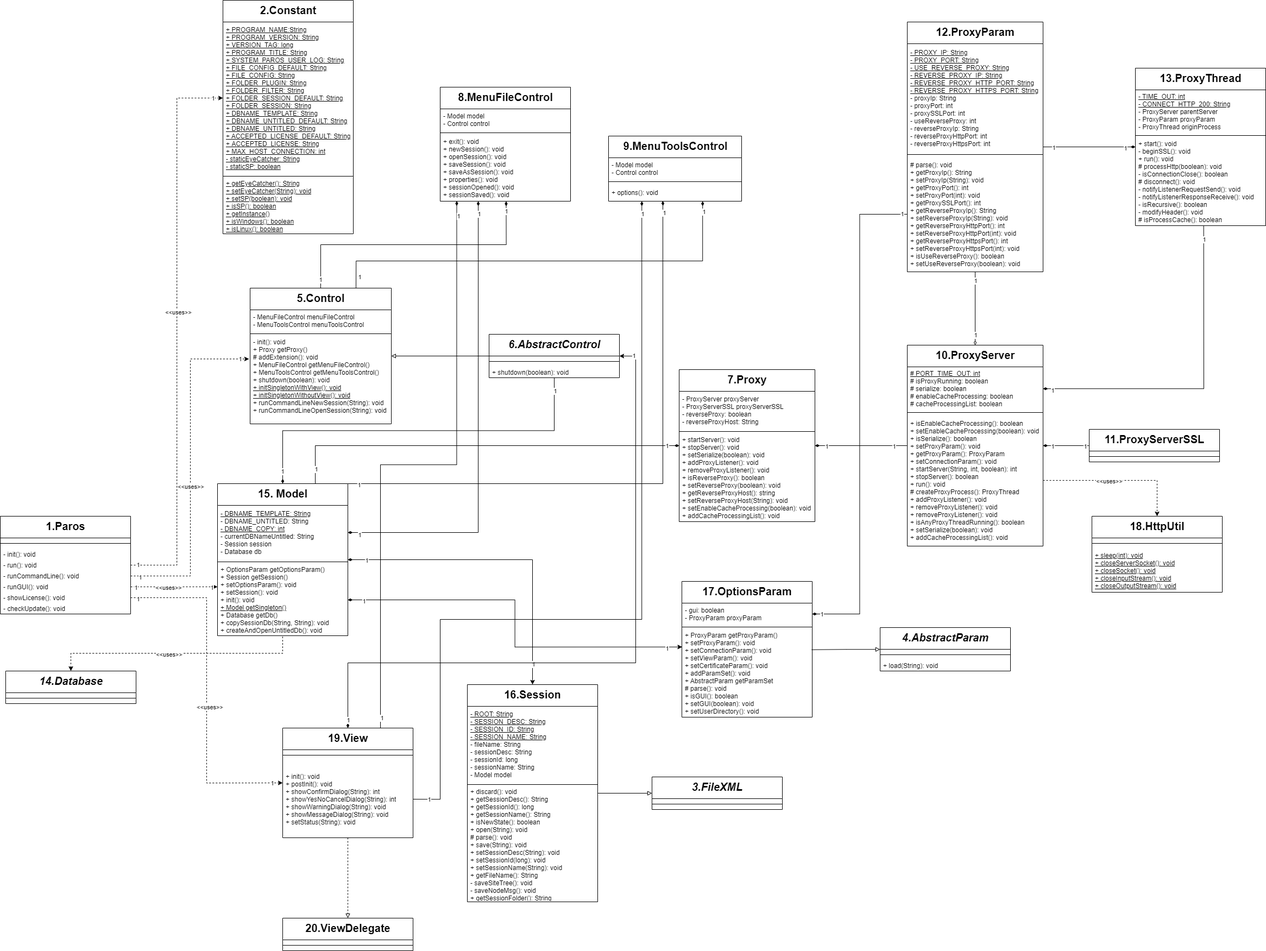
phlpat/Lab5_SAD keeps this draw.io diagram as Paros.drawio.png. Above is the earlier version. Source tidied: cells renumbered, new cells last; positions are measured from the earlier drawing's top-left corner, leaving out a move shared by most shapes.
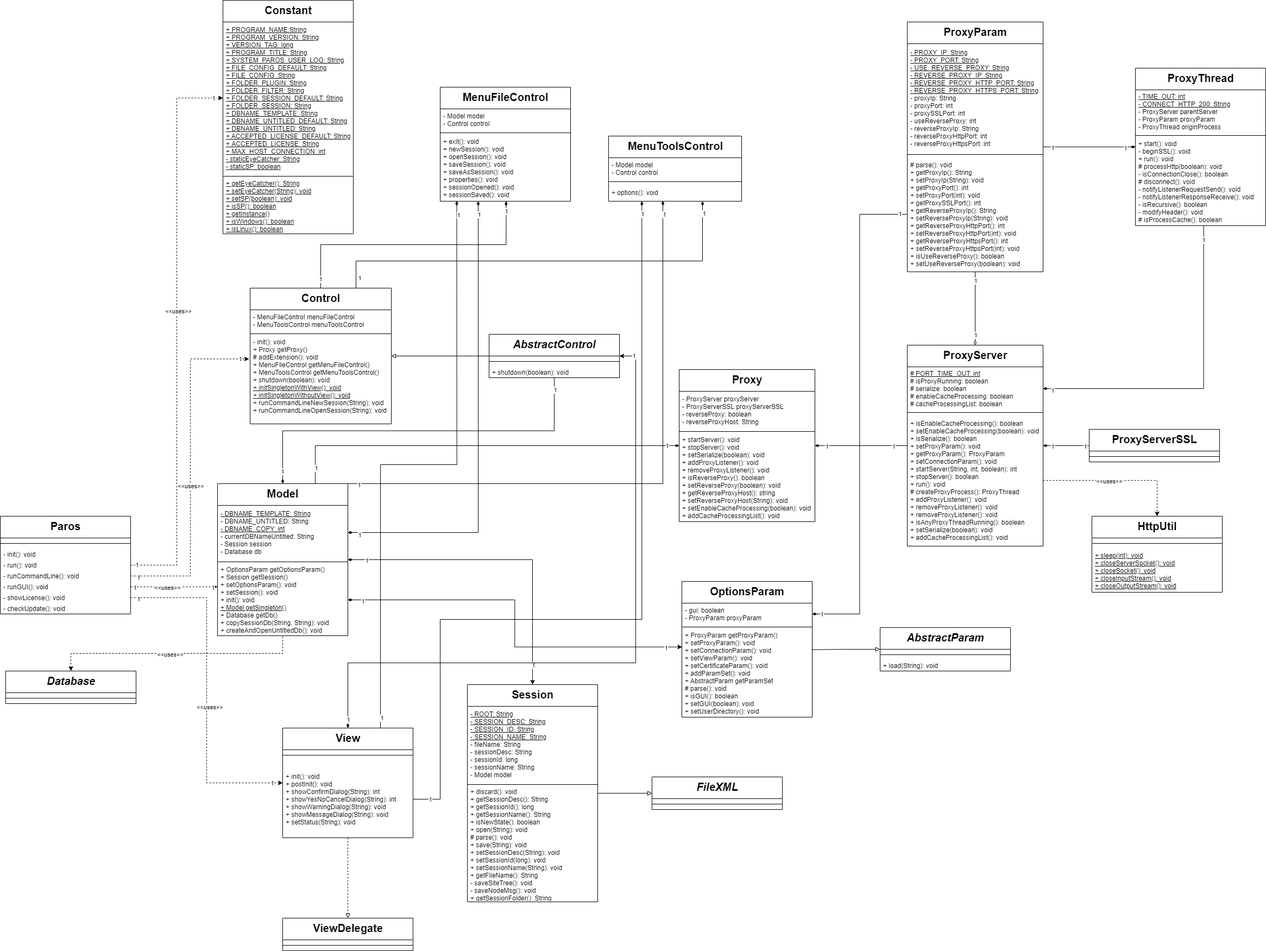
The same file after the commit.

The edit, as a diff of the source:
```diff
@@ -4,3 +4,3 @@
     <mxCell id="1" parent="0" />
-    <mxCell id="2" value="&lt;b&gt;&lt;font style=&quot;font-size: 20px&quot;&gt;1.Paros&lt;/font&gt;&lt;/b&gt;" style="swimlane;fontStyle=0;align=center;verticalAlign=top;horizontal=1;startSize=40;html=1;" parent="1" vertex="1">
+    <mxCell id="2" value="&lt;b&gt;&lt;font style=&quot;font-size: 20px&quot;&gt;Paros&lt;/font&gt;&lt;/b&gt;" style="swimlane;fontStyle=0;align=center;verticalAlign=top;horizontal=1;startSize=40;html=1;" parent="1" vertex="1">
       <mxGeometry y="950" width="240" height="180" as="geometry" />
@@ -28,3 +28,3 @@
     </mxCell>
-    <mxCell id="10" value="&lt;b&gt;&lt;font style=&quot;font-size: 20px&quot;&gt;2.Constant&lt;/font&gt;&lt;/b&gt;" style="swimlane;fontStyle=0;align=center;verticalAlign=top;horizontal=1;startSize=40;html=1;" parent="1" vertex="1">
+    <mxCell id="10" value="&lt;b&gt;&lt;font style=&quot;font-size: 20px&quot;&gt;Constant&lt;/font&gt;&lt;/b&gt;" style="swimlane;fontStyle=0;align=center;verticalAlign=top;horizontal=1;startSize=40;html=1;" parent="1" vertex="1">
       <mxGeometry x="410" width="240" height="430" as="geometry" />
@@ -40,3 +40,3 @@
     </mxCell>
-    <mxCell id="14" value="&lt;b&gt;&lt;font style=&quot;font-size: 20px&quot;&gt;&lt;i&gt;3.FileXML&lt;/i&gt;&lt;/font&gt;&lt;/b&gt;" style="swimlane;fontStyle=0;align=center;verticalAlign=top;horizontal=1;startSize=40;html=1;" parent="1" vertex="1">
+    <mxCell id="14" value="&lt;b&gt;&lt;font style=&quot;font-size: 20px&quot;&gt;&lt;i&gt;FileXML&lt;/i&gt;&lt;/font&gt;&lt;/b&gt;" style="swimlane;fontStyle=0;align=center;verticalAlign=top;horizontal=1;startSize=40;html=1;" parent="1" vertex="1">
       <mxGeometry x="1200" y="1430" width="240" height="60" as="geometry" />
@@ -55,3 +55,3 @@
     </mxCell>
-    <mxCell id="19" value="&lt;b&gt;&lt;font style=&quot;font-size: 20px&quot;&gt;7.Proxy&lt;/font&gt;&lt;/b&gt;" style="swimlane;fontStyle=0;align=center;verticalAlign=top;horizontal=1;startSize=40;html=1;" parent="1" vertex="1">
+    <mxCell id="19" value="&lt;b&gt;&lt;font style=&quot;font-size: 20px&quot;&gt;Proxy&lt;/font&gt;&lt;/b&gt;" style="swimlane;fontStyle=0;align=center;verticalAlign=top;horizontal=1;startSize=40;html=1;" parent="1" vertex="1">
       <mxGeometry x="1250" y="680" width="250" height="280" as="geometry" />
@@ -85,3 +85,3 @@
     </mxCell>
-    <mxCell id="29" value="&lt;b&gt;&lt;font style=&quot;font-size: 20px&quot;&gt;10.ProxyServer&lt;/font&gt;&lt;/b&gt;" style="swimlane;fontStyle=0;align=center;verticalAlign=top;horizontal=1;startSize=40;html=1;" parent="1" vertex="1">
+    <mxCell id="29" value="&lt;b&gt;&lt;font style=&quot;font-size: 20px&quot;&gt;ProxyServer&lt;/font&gt;&lt;/b&gt;" style="swimlane;fontStyle=0;align=center;verticalAlign=top;horizontal=1;startSize=40;html=1;" parent="1" vertex="1">
       <mxGeometry x="1670" y="635" width="250" height="370" as="geometry" />
@@ -97,3 +97,3 @@
     </mxCell>
-    <mxCell id="33" value="&lt;b&gt;&lt;font style=&quot;font-size: 20px&quot;&gt;11.&lt;/font&gt;&lt;/b&gt;&lt;span style=&quot;font-size: 20px&quot;&gt;&lt;b&gt;ProxyServerSSL&lt;/b&gt;&lt;/span&gt;" style="swimlane;fontStyle=0;align=center;verticalAlign=top;horizontal=1;startSize=40;html=1;" parent="1" vertex="1">
+    <mxCell id="33" value="&lt;span style=&quot;font-size: 20px&quot;&gt;&lt;b&gt;ProxyServerSSL&lt;/b&gt;&lt;/span&gt;" style="swimlane;fontStyle=0;align=center;verticalAlign=top;horizontal=1;startSize=40;html=1;" parent="1" vertex="1">
       <mxGeometry x="2005" y="790" width="240" height="60" as="geometry" />
@@ -103,3 +103,3 @@
     </mxCell>
-    <mxCell id="35" value="&lt;b&gt;&lt;font style=&quot;font-size: 20px&quot;&gt;12.&lt;/font&gt;&lt;/b&gt;&lt;span style=&quot;font-size: 20px&quot;&gt;&lt;b&gt;ProxyParam&lt;/b&gt;&lt;/span&gt;" style="swimlane;fontStyle=0;align=center;verticalAlign=top;horizontal=1;startSize=40;html=1;" parent="1" vertex="1">
+    <mxCell id="35" value="&lt;span style=&quot;font-size: 20px&quot;&gt;&lt;b&gt;ProxyParam&lt;/b&gt;&lt;/span&gt;" style="swimlane;fontStyle=0;align=center;verticalAlign=top;horizontal=1;startSize=40;html=1;" parent="1" vertex="1">
       <mxGeometry x="1670" y="40" width="250" height="460" as="geometry" />
@@ -124,3 +124,3 @@
     </mxCell>
-    <mxCell id="42" value="&lt;span style=&quot;font-size: 20px&quot;&gt;&lt;b&gt;13.ProxyThread&lt;/b&gt;&lt;/span&gt;" style="swimlane;fontStyle=0;align=center;verticalAlign=top;horizontal=1;startSize=40;html=1;" parent="1" vertex="1">
+    <mxCell id="42" value="&lt;span style=&quot;font-size: 20px&quot;&gt;&lt;b&gt;ProxyThread&lt;/b&gt;&lt;/span&gt;" style="swimlane;fontStyle=0;align=center;verticalAlign=top;horizontal=1;startSize=40;html=1;" parent="1" vertex="1">
       <mxGeometry x="2090" y="125" width="240" height="290" as="geometry" />
@@ -142,3 +142,3 @@
     </mxCell>
-    <mxCell id="48" value="&lt;b&gt;&lt;font style=&quot;font-size: 20px&quot;&gt;&lt;i&gt;14.Database&lt;/i&gt;&lt;/font&gt;&lt;/b&gt;" style="swimlane;fontStyle=0;align=center;verticalAlign=top;horizontal=1;startSize=40;html=1;" parent="1" vertex="1">
+    <mxCell id="48" value="&lt;b&gt;&lt;font style=&quot;font-size: 20px&quot;&gt;&lt;i&gt;Database&lt;/i&gt;&lt;/font&gt;&lt;/b&gt;" style="swimlane;fontStyle=0;align=center;verticalAlign=top;horizontal=1;startSize=40;html=1;" parent="1" vertex="1">
       <mxGeometry x="10" y="1235" width="240" height="60" as="geometry" />
@@ -195,3 +195,3 @@
     </mxCell>
-    <mxCell id="62" value="&lt;span style=&quot;font-size: 20px&quot;&gt;&lt;b&gt;15. Model&lt;/b&gt;&lt;/span&gt;" style="swimlane;fontStyle=0;align=center;verticalAlign=top;horizontal=1;startSize=40;html=1;" parent="1" vertex="1">
+    <mxCell id="62" value="&lt;span style=&quot;font-size: 20px&quot;&gt;&lt;b&gt;Model&lt;/b&gt;&lt;/span&gt;" style="swimlane;fontStyle=0;align=center;verticalAlign=top;horizontal=1;startSize=40;html=1;" parent="1" vertex="1">
       <mxGeometry x="400" y="890" width="240" height="280" as="geometry" />
@@ -210,3 +210,3 @@
     </mxCell>
-    <mxCell id="67" value="&lt;span style=&quot;font-size: 20px&quot;&gt;&lt;b&gt;16.Session&lt;/b&gt;&lt;/span&gt;" style="swimlane;fontStyle=0;align=center;verticalAlign=top;horizontal=1;startSize=40;html=1;" parent="1" vertex="1">
+    <mxCell id="67" value="&lt;span style=&quot;font-size: 20px&quot;&gt;&lt;b&gt;Session&lt;/b&gt;&lt;/span&gt;" style="swimlane;fontStyle=0;align=center;verticalAlign=top;horizontal=1;startSize=40;html=1;" parent="1" vertex="1">
       <mxGeometry x="860" y="1260" width="240" height="400" as="geometry" />
@@ -222,3 +222,3 @@
     </mxCell>
-    <mxCell id="71" value="&lt;span style=&quot;font-size: 20px&quot;&gt;&lt;b&gt;17.OptionsParam&lt;/b&gt;&lt;/span&gt;" style="swimlane;fontStyle=0;align=center;verticalAlign=top;horizontal=1;startSize=40;html=1;" parent="1" vertex="1">
+    <mxCell id="71" value="&lt;span style=&quot;font-size: 20px&quot;&gt;&lt;b&gt;OptionsParam&lt;/b&gt;&lt;/span&gt;" style="swimlane;fontStyle=0;align=center;verticalAlign=top;horizontal=1;startSize=40;html=1;" parent="1" vertex="1">
       <mxGeometry x="1255" y="1070" width="240" height="250" as="geometry" />
@@ -234,3 +234,3 @@
     </mxCell>
-    <mxCell id="75" value="&lt;span style=&quot;font-size: 20px&quot;&gt;&lt;b&gt;18.HttpUtil&lt;/b&gt;&lt;/span&gt;" style="swimlane;fontStyle=0;align=center;verticalAlign=top;horizontal=1;startSize=40;html=1;" parent="1" vertex="1">
+    <mxCell id="75" value="&lt;span style=&quot;font-size: 20px&quot;&gt;&lt;b&gt;HttpUtil&lt;/b&gt;&lt;/span&gt;" style="swimlane;fontStyle=0;align=center;verticalAlign=top;horizontal=1;startSize=40;html=1;" parent="1" vertex="1">
       <mxGeometry x="2010" y="950" width="240" height="140" as="geometry" />
@@ -287,3 +287,3 @@
     </mxCell>
-    <mxCell id="88" value="&lt;span style=&quot;font-size: 20px&quot;&gt;&lt;b&gt;19.View&lt;/b&gt;&lt;/span&gt;" style="swimlane;fontStyle=0;align=center;verticalAlign=top;horizontal=1;startSize=40;html=1;" parent="1" vertex="1">
+    <mxCell id="88" value="&lt;span style=&quot;font-size: 20px&quot;&gt;&lt;b&gt;View&lt;/b&gt;&lt;/span&gt;" style="swimlane;fontStyle=0;align=center;verticalAlign=top;horizontal=1;startSize=40;html=1;" parent="1" vertex="1">
       <mxGeometry x="520" y="1340" width="240" height="202" as="geometry" />
@@ -296,3 +296,3 @@
     </mxCell>
-    <mxCell id="91" value="&lt;span style=&quot;font-size: 20px&quot;&gt;&lt;b&gt;20.ViewDelegate&lt;/b&gt;&lt;/span&gt;" style="swimlane;fontStyle=0;align=center;verticalAlign=top;horizontal=1;startSize=40;html=1;" parent="1" vertex="1">
+    <mxCell id="91" value="&lt;span style=&quot;font-size: 20px&quot;&gt;&lt;b&gt;ViewDelegate&lt;/b&gt;&lt;/span&gt;" style="swimlane;fontStyle=0;align=center;verticalAlign=top;horizontal=1;startSize=40;html=1;" parent="1" vertex="1">
       <mxGeometry x="520" y="1690" width="240" height="60" as="geometry" />
@@ -305,3 +305,3 @@
     </mxCell>
-    <mxCell id="94" value="&lt;b&gt;&lt;font style=&quot;font-size: 20px&quot;&gt;&lt;i&gt;4.AbstractParam&lt;/i&gt;&lt;/font&gt;&lt;/b&gt;" style="swimlane;fontStyle=0;align=center;verticalAlign=top;horizontal=1;startSize=40;html=1;" parent="1" vertex="1">
+    <mxCell id="94" value="&lt;b&gt;&lt;font style=&quot;font-size: 20px&quot;&gt;&lt;i&gt;AbstractParam&lt;/i&gt;&lt;/font&gt;&lt;/b&gt;" style="swimlane;fontStyle=0;align=center;verticalAlign=top;horizontal=1;startSize=40;html=1;" parent="1" vertex="1">
       <mxGeometry x="1620" y="1155" width="240" height="80" as="geometry" />
@@ -317,3 +317,3 @@
     </mxCell>
-    <mxCell id="98" value="&lt;b&gt;&lt;font style=&quot;font-size: 20px&quot;&gt;&lt;i&gt;6.AbstractControl&lt;/i&gt;&lt;/font&gt;&lt;/b&gt;" style="swimlane;fontStyle=0;align=center;verticalAlign=top;horizontal=1;startSize=40;html=1;" parent="1" vertex="1">
+    <mxCell id="98" value="&lt;b&gt;&lt;font style=&quot;font-size: 20px&quot;&gt;&lt;i&gt;AbstractControl&lt;/i&gt;&lt;/font&gt;&lt;/b&gt;" style="swimlane;fontStyle=0;align=center;verticalAlign=top;horizontal=1;startSize=40;html=1;" parent="1" vertex="1">
       <mxGeometry x="900" y="615" width="240" height="80" as="geometry" />
@@ -369,3 +369,3 @@
     </mxCell>
-    <mxCell id="111" value="&lt;b&gt;&lt;font style=&quot;font-size: 20px&quot;&gt;5.Control&lt;/font&gt;&lt;/b&gt;" style="swimlane;fontStyle=0;align=center;verticalAlign=top;horizontal=1;startSize=40;html=1;" parent="1" vertex="1">
+    <mxCell id="111" value="&lt;b&gt;&lt;font style=&quot;font-size: 20px&quot;&gt;Control&lt;/font&gt;&lt;/b&gt;" style="swimlane;fontStyle=0;align=center;verticalAlign=top;horizontal=1;startSize=40;html=1;" parent="1" vertex="1">
       <mxGeometry x="460" y="530" width="260" height="250" as="geometry" />
@@ -381,3 +381,3 @@
     </mxCell>
-    <mxCell id="115" value="&lt;b&gt;&lt;font style=&quot;font-size: 20px&quot;&gt;8.MenuFileControl&lt;/font&gt;&lt;/b&gt;" style="swimlane;fontStyle=0;align=center;verticalAlign=top;horizontal=1;startSize=40;html=1;" parent="1" vertex="1">
+    <mxCell id="115" value="&lt;b&gt;&lt;font style=&quot;font-size: 20px&quot;&gt;MenuFileControl&lt;/font&gt;&lt;/b&gt;" style="swimlane;fontStyle=0;align=center;verticalAlign=top;horizontal=1;startSize=40;html=1;" parent="1" vertex="1">
       <mxGeometry x="810" y="160" width="240" height="210" as="geometry" />
@@ -393,3 +393,3 @@
     </mxCell>
-    <mxCell id="119" value="&lt;b&gt;&lt;font style=&quot;font-size: 20px&quot;&gt;9.MenuToolsControl&lt;/font&gt;&lt;/b&gt;" style="swimlane;fontStyle=0;align=center;verticalAlign=top;horizontal=1;startSize=40;html=1;" parent="1" vertex="1">
+    <mxCell id="119" value="&lt;b&gt;&lt;font style=&quot;font-size: 20px&quot;&gt;MenuToolsControl&lt;/font&gt;&lt;/b&gt;" style="swimlane;fontStyle=0;align=center;verticalAlign=top;horizontal=1;startSize=40;html=1;" parent="1" vertex="1">
       <mxGeometry x="1120" y="250" width="245" height="120" as="geometry" />
```
